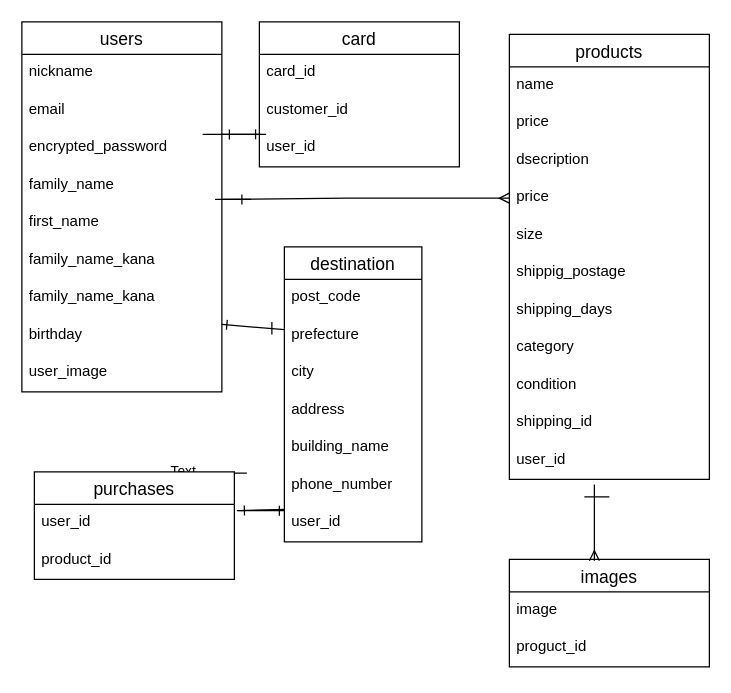
The draw.io diagram furima.dio in reicooooo/furima-37713, before the edit. Source tidied: cells renumbered, new cells numbered last; positions are measured from the earlier drawing's top-left corner, leaving out a move shared by most shapes. Both pictures are drawn from the tidied source at 125%, with x=0, y=0 at pixel (21, 21).
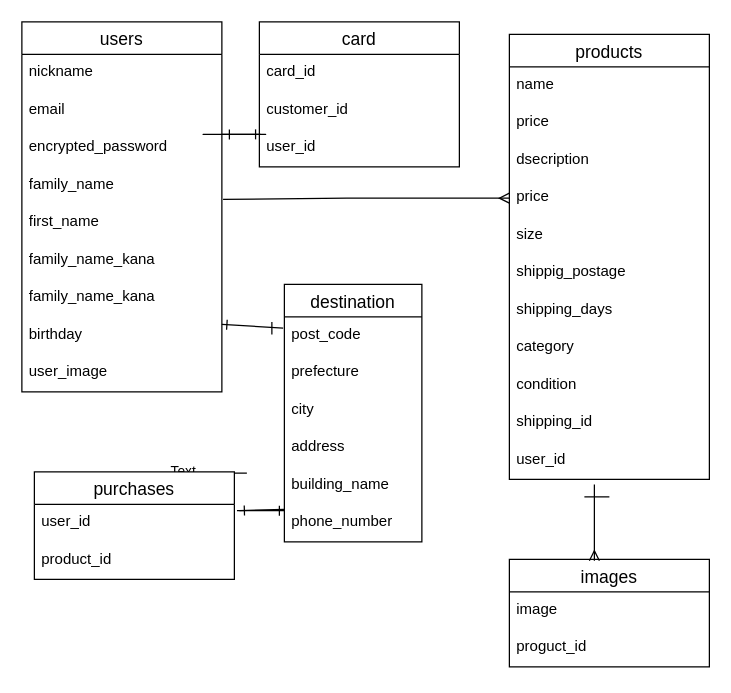
Above is the later version.

Unchanged cells that the change refers to:
```xml
<mxCell id="23" value="birthday" style="text;strokeColor=none;fillColor=none;spacingLeft=4;spacingRight=4;overflow=hidden;points=[[0,0.5],[1,0.5]];portConstraint=eastwest;fontSize=12;" parent="14" vertex="1">
  <mxGeometry y="236" width="160" height="30" as="geometry" />
</mxCell>
<mxCell id="28" value="post_code" style="text;strokeColor=none;fillColor=none;spacingLeft=4;spacingRight=4;overflow=hidden;points=[[0,0.5],[1,0.5]];portConstraint=eastwest;fontSize=12;" parent="27" vertex="1">
  <mxGeometry y="26" width="110" height="30" as="geometry" />
</mxCell>
<mxCell id="29" value="prefecture" style="text;strokeColor=none;fillColor=none;spacingLeft=4;spacingRight=4;overflow=hidden;points=[[0,0.5],[1,0.5]];portConstraint=eastwest;fontSize=12;" parent="27" vertex="1">
  <mxGeometry y="56" width="110" height="30" as="geometry" />
</mxCell>
<mxCell id="46" value="user_id" style="text;strokeColor=none;fillColor=none;spacingLeft=4;spacingRight=4;overflow=hidden;points=[[0,0.5],[1,0.5]];portConstraint=eastwest;fontSize=12;" parent="43" vertex="1">
  <mxGeometry y="86" width="160" height="30" as="geometry" />
</mxCell>
```

Diff of the diagram source:
```diff
@@
-    <mxCell id="26" style="edgeStyle=entityRelationEdgeStyle;fontSize=12;html=1;endArrow=ERone;endFill=1;" parent="1" edge="1">
-      <mxGeometry relative="1" as="geometry">
-        <mxPoint x="158" y="142" as="sourcePoint" />
-        <mxPoint x="180" y="142" as="targetPoint" />
-      </mxGeometry>
-    </mxCell>
     <mxCell id="27" value="destination" style="swimlane;fontStyle=0;horizontal=1;startSize=26;align=center;fontSize=14;" parent="1" vertex="1">
-      <mxGeometry x="210" y="180" width="110" height="236" as="geometry" />
+      <mxGeometry x="210" y="210" width="110" height="206" as="geometry" />
     </mxCell>
@@
-    <mxCell id="34" value="user_id" style="text;strokeColor=none;fillColor=none;spacingLeft=4;spacingRight=4;overflow=hidden;fontSize=12;" parent="27" vertex="1">
-      <mxGeometry y="206" width="110" height="30" as="geometry" />
-    </mxCell>
-    <mxCell id="35" style="fontSize=12;html=1;endArrow=ERone;endFill=1;entryX=1;entryY=0.2;entryDx=0;entryDy=0;entryPerimeter=0;" parent="1" edge="1" source="29" target="23">
+    <mxCell id="35" style="fontSize=12;html=1;endArrow=ERone;endFill=1;entryX=1;entryY=0.2;entryDx=0;entryDy=0;entryPerimeter=0;exitX=-0.009;exitY=0.3;exitDx=0;exitDy=0;exitPerimeter=0;" parent="1" edge="1" source="28" target="23">
       <mxGeometry relative="1" as="geometry" />
     </mxCell>
@@
     <mxCell id="47" style="fontSize=12;html=1;endArrow=ERone;endFill=1;entryX=0.006;entryY=0.133;entryDx=0;entryDy=0;entryPerimeter=0;" parent="1" edge="1" target="46">
       <mxGeometry relative="1" as="geometry">
         <mxPoint x="160" y="90" as="sourcePoint" />
+        <Array as="points">
+          <mxPoint x="180" y="90" />
+        </Array>
       </mxGeometry>
     </mxCell>
```
